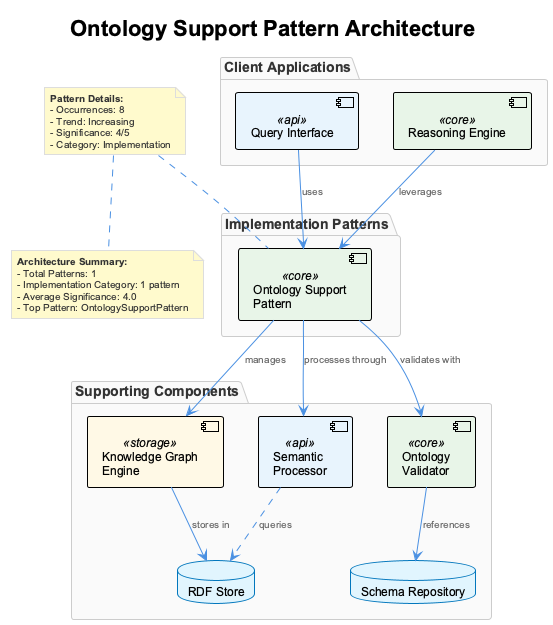
fwornle/coding keeps this PlantUML diagram as knowledge-management/insights/images/ontology-support-pattern-architecture.png. Above is the earlier version. Source of this version:
```plantuml
@startuml
!include /Users/q284340/Agentic/coding/docs/puml/_standard-style.puml

title Ontology Support Pattern Architecture

package "Implementation Patterns" {
    component "Ontology Support\nPattern" as osp <<core>>
}

package "Supporting Components" {
    component "Knowledge Graph\nEngine" as kge <<storage>>
    component "Semantic\nProcessor" as sp <<api>>
    component "Ontology\nValidator" as ov <<core>>
    database "RDF Store" as rdf
    database "Schema Repository" as schema
}

package "Client Applications" {
    component "Query Interface" as qi <<api>>
    component "Reasoning Engine" as re <<core>>
}

osp --> kge : "manages"
osp --> sp : "processes through"
osp --> ov : "validates with"
kge --> rdf : "stores in"
ov --> schema : "references"
qi --> osp : "uses"
re --> osp : "leverages"
sp ..> rdf : "queries"

note top of osp
**Pattern Details:**
- Occurrences: 8
- Trend: Increasing
- Significance: 4/5
- Category: Implementation
end note

note bottom
**Architecture Summary:**
- Total Patterns: 1
- Implementation Category: 1 pattern
- Average Significance: 4.0
- Top Pattern: OntologySupportPattern
end note

@enduml
```
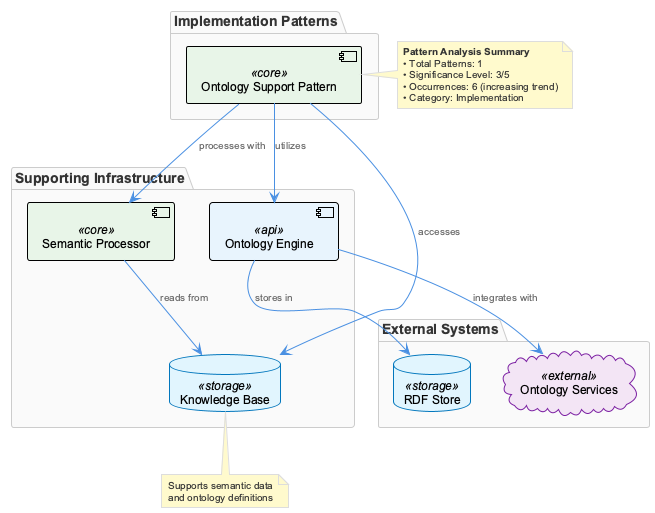
After the change.

What changed in the source:
```diff
@@ -1,48 +1,42 @@
 @startuml
 !include /Users/q284340/Agentic/coding/docs/puml/_standard-style.puml
 
-title Ontology Support Pattern Architecture
+!define DIRECTION top to bottom direction
 
 package "Implementation Patterns" {
-    component "Ontology Support\nPattern" as osp <<core>>
+    component "Ontology Support Pattern" as osp <<core>>
 }
 
-package "Supporting Components" {
-    component "Knowledge Graph\nEngine" as kge <<storage>>
-    component "Semantic\nProcessor" as sp <<api>>
-    component "Ontology\nValidator" as ov <<core>>
-    database "RDF Store" as rdf
-    database "Schema Repository" as schema
+package "Supporting Infrastructure" {
+    database "Knowledge Base" as kb <<storage>>
+    component "Ontology Engine" as oe <<api>>
+    component "Semantic Processor" as sp <<core>>
 }
 
-package "Client Applications" {
-    component "Query Interface" as qi <<api>>
-    component "Reasoning Engine" as re <<core>>
+package "External Systems" {
+    cloud "Ontology Services" as os <<external>>
+    database "RDF Store" as rdf <<storage>>
 }
 
-osp --> kge : "manages"
-osp --> sp : "processes through"
-osp --> ov : "validates with"
-kge --> rdf : "stores in"
-ov --> schema : "references"
-qi --> osp : "uses"
-re --> osp : "leverages"
-sp ..> rdf : "queries"
+osp --> oe : "utilizes"
+osp --> sp : "processes with"
+osp --> kb : "accesses"
 
-note top of osp
-**Pattern Details:**
-- Occurrences: 8
-- Trend: Increasing
-- Significance: 4/5
-- Category: Implementation
+oe --> rdf : "stores in"
+oe --> os : "integrates with"
+sp --> kb : "reads from"
+
+note right of osp
+  **Pattern Analysis Summary**
+  • Total Patterns: 1
+  • Significance Level: 3/5
+  • Occurrences: 6 (increasing trend)
+  • Category: Implementation
 end note
 
-note bottom
-**Architecture Summary:**
-- Total Patterns: 1
-- Implementation Category: 1 pattern
-- Average Significance: 4.0
-- Top Pattern: OntologySupportPattern
+note bottom of kb
+  Supports semantic data
+  and ontology definitions
 end note
 
 @enduml
```
